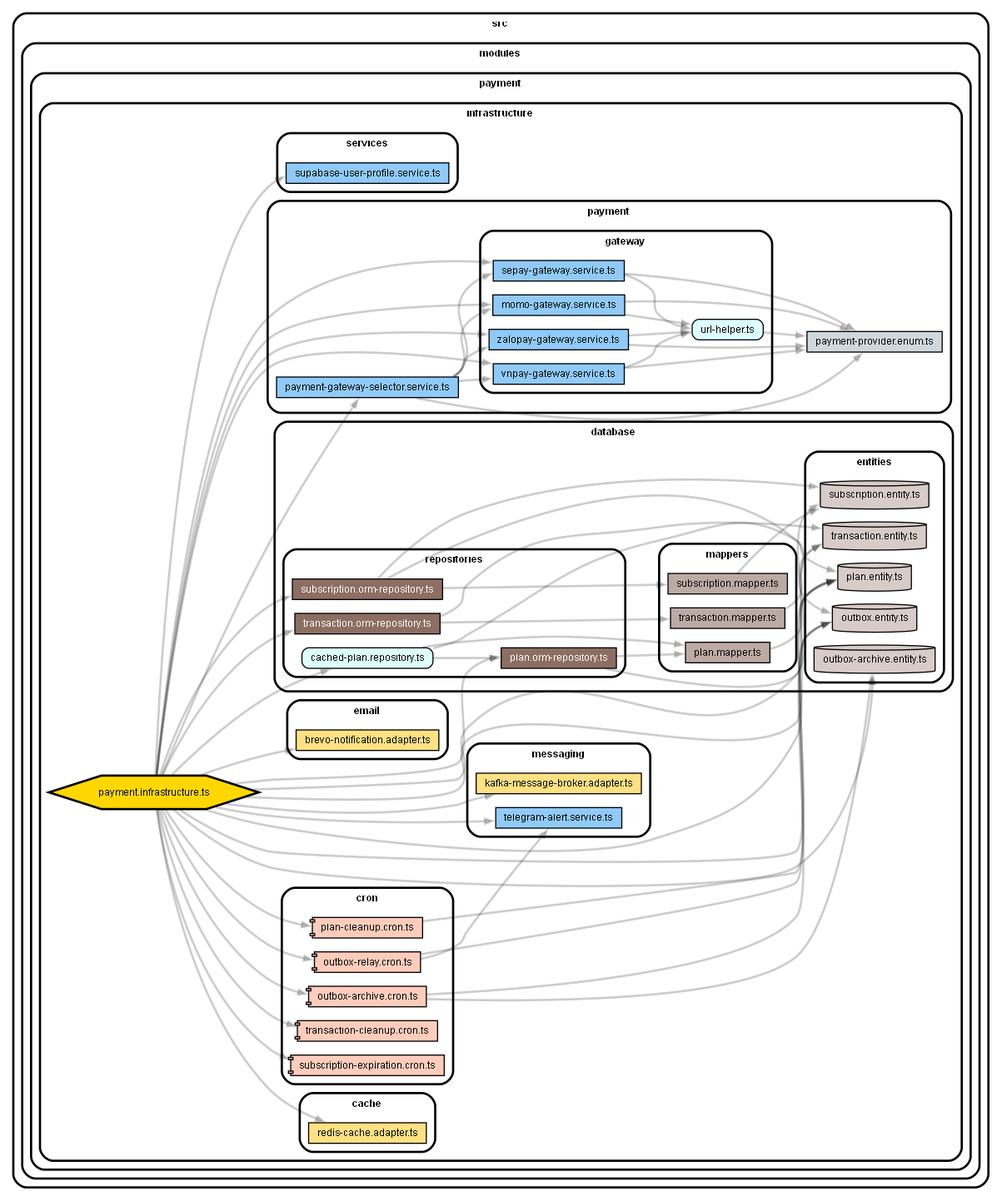
Earlier version of the Graphviz export docs/pictures/architecture-infrastructure.png (20206205Tech/code-payment-service). Its source is kept beside it as docs/pictures/architecture-infrastructure.dot.
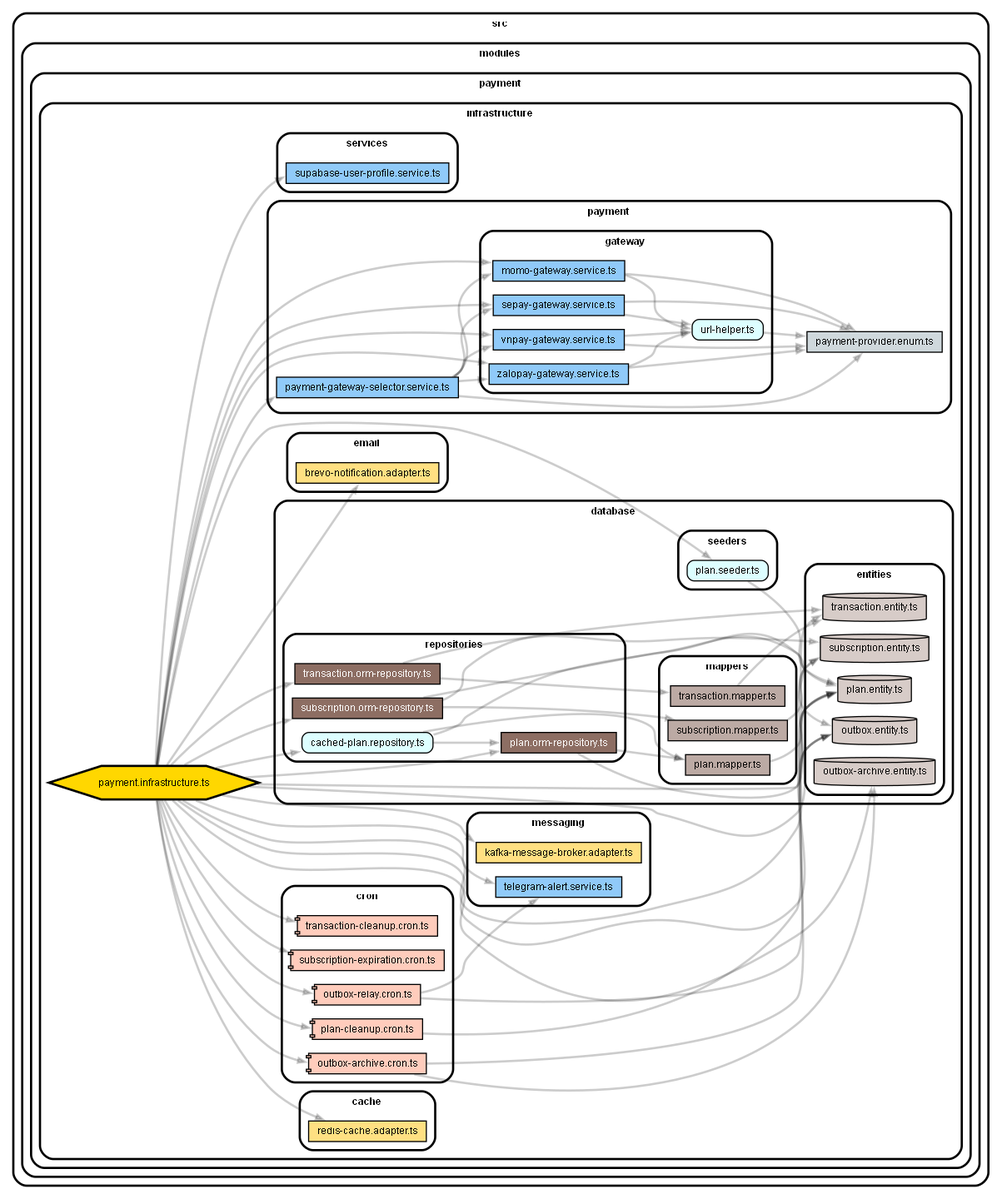
After the commit.

Change to the diagram source:
```diff
@@ -39,6 +39,8 @@
     subgraph "cluster_src" {label="src" subgraph "cluster_src/modules" {label="modules" subgraph "cluster_src/modules/payment" {label="payment" subgraph "cluster_src/modules/payment/infrastructure" {label="infrastructure" subgraph "cluster_src/modules/payment/infrastructure/database" {label="database" subgraph "cluster_src/modules/payment/infrastructure/database/repositories" {label="repositories" "src/modules/payment/infrastructure/database/repositories/transaction.orm-repository.ts" [label=<transaction.orm-repository.ts> tooltip="transaction.orm-repository.ts" URL="src/modules/payment/infrastructure/database/repositories/transaction.orm-repository.ts" fillcolor="#8d6e63" style="filled" fontcolor="white"] } } } } } }
     "src/modules/payment/infrastructure/database/repositories/transaction.orm-repository.ts" -> "src/modules/payment/infrastructure/database/entities/transaction.entity.ts"
     "src/modules/payment/infrastructure/database/repositories/transaction.orm-repository.ts" -> "src/modules/payment/infrastructure/database/mappers/transaction.mapper.ts"
+    subgraph "cluster_src" {label="src" subgraph "cluster_src/modules" {label="modules" subgraph "cluster_src/modules/payment" {label="payment" subgraph "cluster_src/modules/payment/infrastructure" {label="infrastructure" subgraph "cluster_src/modules/payment/infrastructure/database" {label="database" subgraph "cluster_src/modules/payment/infrastructure/database/seeders" {label="seeders" "src/modules/payment/infrastructure/database/seeders/plan.seeder.ts" [label=<plan.seeder.ts> tooltip="plan.seeder.ts" URL="src/modules/payment/infrastructure/database/seeders/plan.seeder.ts" fillcolor="#ddfeff"] } } } } } }
+    "src/modules/payment/infrastructure/database/seeders/plan.seeder.ts" -> "src/modules/payment/infrastructure/database/entities/plan.entity.ts"
     subgraph "cluster_src" {label="src" subgraph "cluster_src/modules" {label="modules" subgraph "cluster_src/modules/payment" {label="payment" subgraph "cluster_src/modules/payment/infrastructure" {label="infrastructure" subgraph "cluster_src/modules/payment/infrastructure/email" {label="email" "src/modules/payment/infrastructure/email/brevo-notification.adapter.ts" [label=<brevo-notification.adapter.ts> tooltip="brevo-notification.adapter.ts" URL="src/modules/payment/infrastructure/email/brevo-notification.adapter.ts" fillcolor="#ffe082" style="filled"] } } } } }
     subgraph "cluster_src" {label="src" subgraph "cluster_src/modules" {label="modules" subgraph "cluster_src/modules/payment" {label="payment" subgraph "cluster_src/modules/payment/infrastructure" {label="infrastructure" subgraph "cluster_src/modules/payment/infrastructure/messaging" {label="messaging" "src/modules/payment/infrastructure/messaging/kafka-message-broker.adapter.ts" [label=<kafka-message-broker.adapter.ts> tooltip="kafka-message-broker.adapter.ts" URL="src/modules/payment/infrastructure/messaging/kafka-message-broker.adapter.ts" fillcolor="#ffe082" style="filled"] } } } } }
     subgraph "cluster_src" {label="src" subgraph "cluster_src/modules" {label="modules" subgraph "cluster_src/modules/payment" {label="payment" subgraph "cluster_src/modules/payment/infrastructure" {label="infrastructure" subgraph "cluster_src/modules/payment/infrastructure/messaging" {label="messaging" "src/modules/payment/infrastructure/messaging/telegram-alert.service.ts" [label=<telegram-alert.service.ts> tooltip="telegram-alert.service.ts" URL="src/modules/payment/infrastructure/messaging/telegram-alert.service.ts" fillcolor="#90caf9" style="filled"] } } } } }
@@ -58,6 +60,7 @@
     "src/modules/payment/infrastructure/payment.infrastructure.ts" -> "src/modules/payment/infrastructure/database/repositories/plan.orm-repository.ts"
     "src/modules/payment/infrastructure/payment.infrastructure.ts" -> "src/modules/payment/infrastructure/database/repositories/subscription.orm-repository.ts"
     "src/modules/payment/infrastructure/payment.infrastructure.ts" -> "src/modules/payment/infrastructure/database/repositories/transaction.orm-repository.ts"
+    "src/modules/payment/infrastructure/payment.infrastructure.ts" -> "src/modules/payment/infrastructure/database/seeders/plan.seeder.ts"
     "src/modules/payment/infrastructure/payment.infrastructure.ts" -> "src/modules/payment/infrastructure/email/brevo-notification.adapter.ts"
     "src/modules/payment/infrastructure/payment.infrastructure.ts" -> "src/modules/payment/infrastructure/messaging/kafka-message-broker.adapter.ts"
     "src/modules/payment/infrastructure/payment.infrastructure.ts" -> "src/modules/payment/infrastructure/messaging/telegram-alert.service.ts"
```
